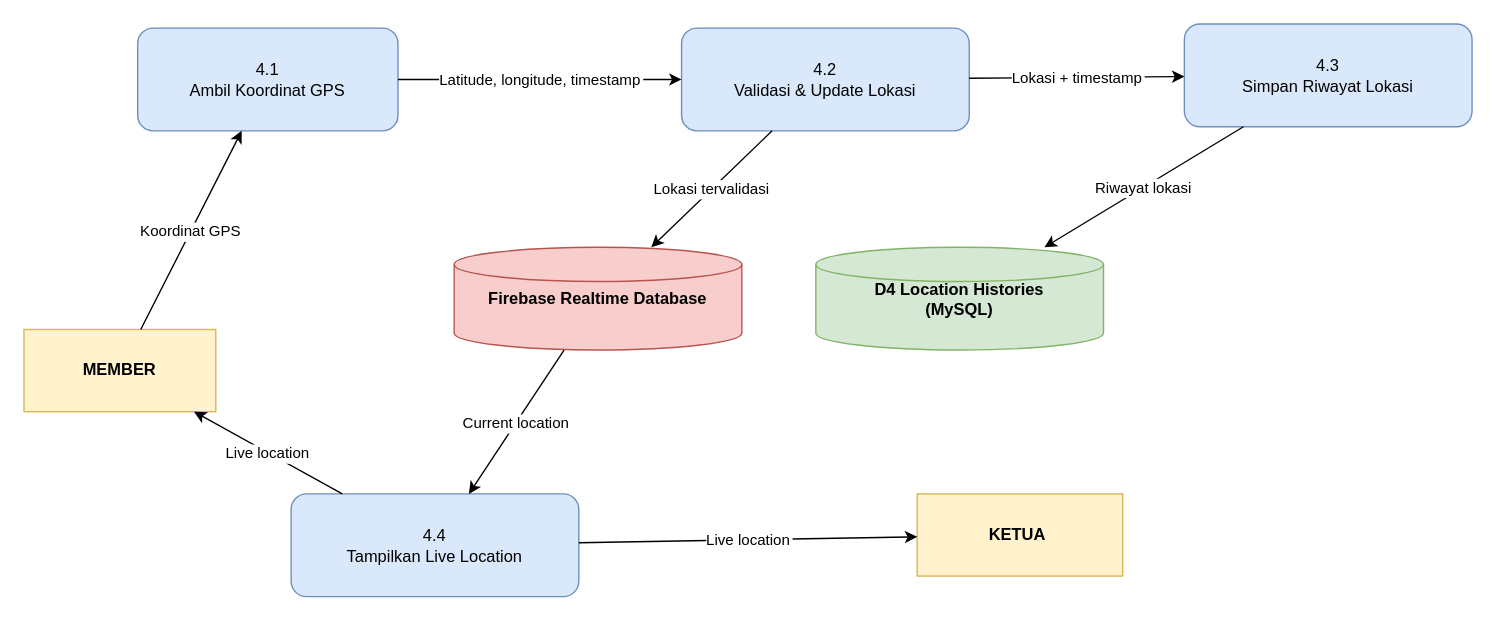
Before: page "DFD Level 2 - Live Location" (3 of 3) of New folder/DFD_Unknown_Rider_Terbaru.drawio in zzzfauz/unknown-rider-web, a draw.io diagram. Source tidied: cells renumbered, new cells numbered last; positions are measured from the earlier drawing's top-left corner, leaving out a move shared by most shapes. Both pictures are drawn from the tidied source at 137%, with x=0, y=0 at pixel (23, 23).
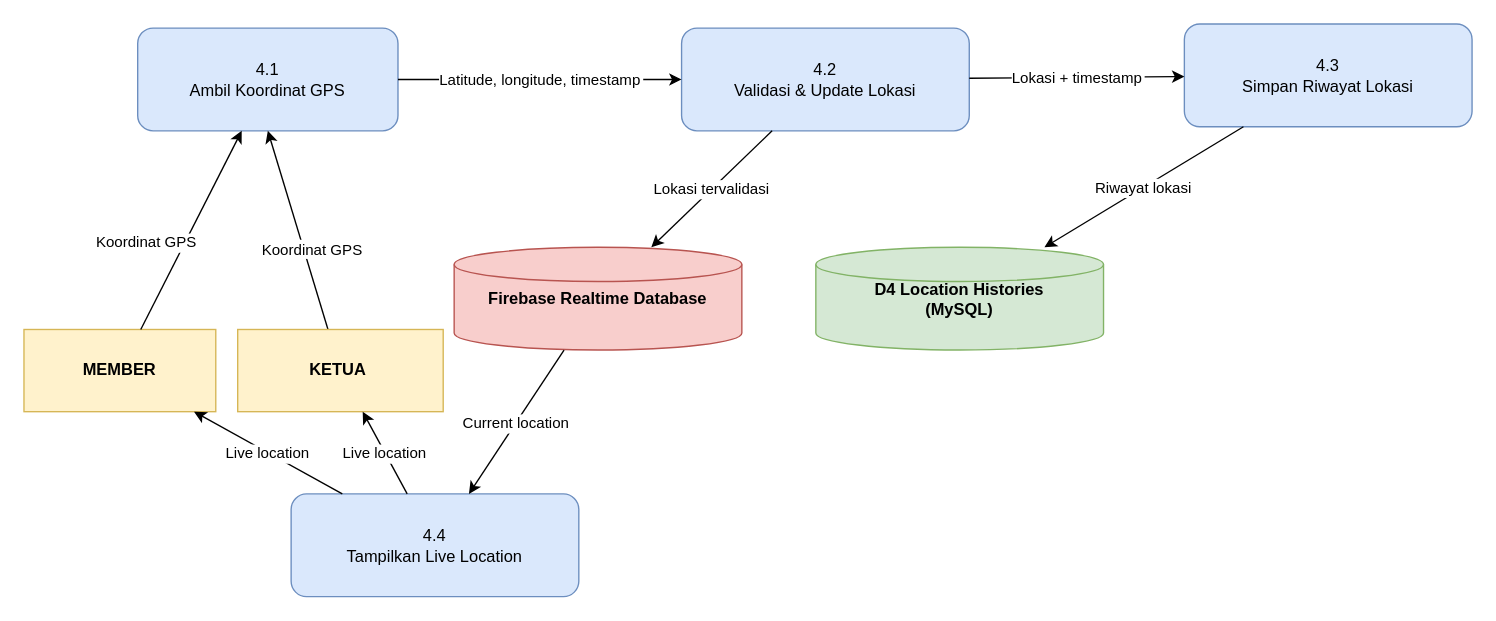
After the change.

The edit, as a diff of the source:
```diff
@@
 <mxGraphModel background="light-dark(#FFFFFF,#BDBDBD)">
   <root>
     <mxCell id="0" />
     <mxCell id="1" parent="0" />
     <mxCell id="2" value="MEMBER" style="whiteSpace=wrap;html=1;fillColor=#fff2cc;strokeColor=#d6b656;fontStyle=1;" parent="1" vertex="1">
       <mxGeometry y="223" width="140" height="60" as="geometry" />
     </mxCell>
     <mxCell id="3" value="4.1&#10;Ambil Koordinat GPS" style="rounded=1;whiteSpace=wrap;html=1;fillColor=#dae8fc;strokeColor=#6c8ebf;" parent="1" vertex="1">
       <mxGeometry x="83" y="3" width="190" height="75" as="geometry" />
     </mxCell>
     <mxCell id="4" value="4.2&#10;Validasi &amp; Update Lokasi" style="rounded=1;whiteSpace=wrap;html=1;fillColor=#dae8fc;strokeColor=#6c8ebf;" parent="1" vertex="1">
       <mxGeometry x="480" y="3" width="210" height="75" as="geometry" />
     </mxCell>
     <mxCell id="5" value="4.3&#10;Simpan Riwayat Lokasi" style="rounded=1;whiteSpace=wrap;html=1;fillColor=#dae8fc;strokeColor=#6c8ebf;" parent="1" vertex="1">
       <mxGeometry x="847" width="210" height="75" as="geometry" />
     </mxCell>
     <mxCell id="6" value="4.4&#10;Tampilkan Live Location" style="rounded=1;whiteSpace=wrap;html=1;fillColor=#dae8fc;strokeColor=#6c8ebf;" parent="1" vertex="1">
       <mxGeometry x="195" y="343" width="210" height="75" as="geometry" />
     </mxCell>
     <mxCell id="7" value="Firebase Realtime Database" style="shape=mxgraph.flowchart.database;whiteSpace=wrap;html=1;fillColor=#f8cecc;strokeColor=#b85450;fontStyle=1;" parent="1" vertex="1">
       <mxGeometry x="314" y="163" width="210" height="75" as="geometry" />
     </mxCell>
     <mxCell id="8" value="D4 Location Histories&#10;(MySQL)" style="shape=mxgraph.flowchart.database;whiteSpace=wrap;html=1;fillColor=#d5e8d4;strokeColor=#82b366;fontStyle=1;" parent="1" vertex="1">
       <mxGeometry x="578" y="163" width="210" height="75" as="geometry" />
     </mxCell>
+    <mxCell id="18" style="rounded=0;jettySize=auto;html=1;entryX=0.5;entryY=1;entryDx=0;entryDy=0;" parent="1" edge="1" source="9" target="3">
+      <mxGeometry relative="1" as="geometry" />
+    </mxCell>
     <mxCell id="9" value="KETUA&amp;nbsp;" style="whiteSpace=wrap;html=1;fillColor=#fff2cc;strokeColor=#d6b656;fontStyle=1;" parent="1" vertex="1">
-      <mxGeometry x="652" y="343" width="150" height="60" as="geometry" />
+      <mxGeometry x="156" y="223" width="150" height="60" as="geometry" />
     </mxCell>
     <mxCell id="10" value="Koordinat GPS" parent="1" edge="1" source="2" target="3">
-      <mxGeometry relative="1" as="geometry" />
+      <mxGeometry x="-0.27" y="25" relative="1" as="geometry" />
     </mxCell>
     <mxCell id="11" value="Latitude, longitude, timestamp" parent="1" edge="1" source="3" target="4">
       <mxGeometry relative="1" as="geometry" />
     </mxCell>
     <mxCell id="12" value="Lokasi tervalidasi" parent="1" edge="1" source="4" target="7">
       <mxGeometry relative="1" as="geometry" />
     </mxCell>
     <mxCell id="13" value="Current location" parent="1" edge="1" source="7" target="6">
       <mxGeometry relative="1" as="geometry" />
     </mxCell>
     <mxCell id="14" value="Live location" parent="1" edge="1" source="6" target="9">
       <mxGeometry relative="1" as="geometry" />
     </mxCell>
     <mxCell id="15" value="Live location" parent="1" edge="1" source="6" target="2">
       <mxGeometry relative="1" as="geometry" />
     </mxCell>
     <mxCell id="16" value="Lokasi + timestamp" parent="1" edge="1" source="4" target="5">
       <mxGeometry relative="1" as="geometry" />
     </mxCell>
     <mxCell id="17" value="Riwayat lokasi" parent="1" edge="1" source="5" target="8">
       <mxGeometry relative="1" as="geometry" />
     </mxCell>
+    <mxCell id="19" value="&lt;span style=&quot;font-family: Helvetica; font-size: 11px; font-style: normal; font-variant-ligatures: normal; font-variant-caps: normal; font-weight: 400; letter-spacing: normal; orphans: 2; text-align: center; text-indent: 0px; text-transform: none; widows: 2; word-spacing: 0px; -webkit-text-stroke-width: 0px; white-space: nowrap; text-decoration-thickness: initial; text-decoration-style: initial; text-decoration-color: initial; float: none; display: inline !important;&quot;&gt;Koordinat GPS&lt;/span&gt;" style="text;whiteSpace=wrap;html=1;fillColor=none;fontColor=light-dark(#000000,#FFFFFF);labelBackgroundColor=default;" parent="1" vertex="1">
+      <mxGeometry x="172" y="151" width="101" height="37" as="geometry" />
+    </mxCell>
   </root>
 </mxGraphModel>
```
